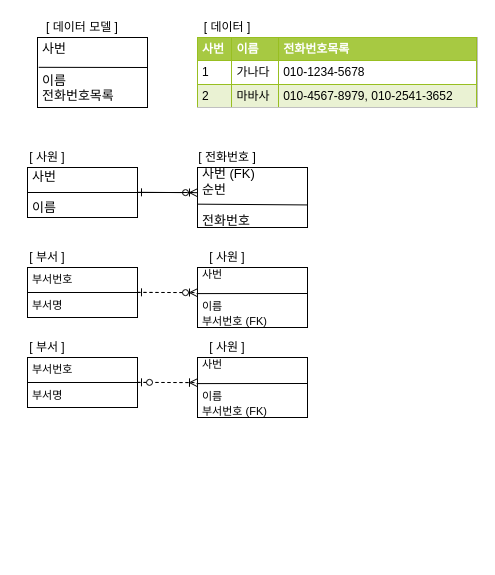
Before: Database/SQLD/Normalization.drawio in Deanioche/TIL, a draw.io diagram. Source tidied: cells renumbered, new cells numbered last; positions are measured from the earlier drawing's top-left corner, leaving out a move shared by most shapes. Both pictures are drawn from the tidied source at 100%, with x=0, y=0 at pixel (17, 17).
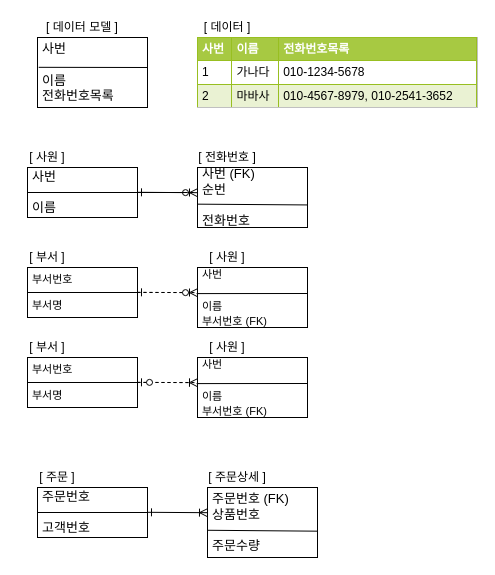
After the change.

Diff of the diagram source:
```diff
@@
+    <mxCell id="31" value="주문번호&lt;br&gt;&lt;br&gt;고객번호" style="rounded=0;whiteSpace=wrap;html=1;align=left;spacingLeft=0;spacing=5;fontSize=13;horizontal=1;" parent="1" vertex="1">
+      <mxGeometry x="20" y="470" width="110" height="50" as="geometry" />
+    </mxCell>
+    <mxCell id="32" style="endArrow=none;html=1;fontSize=13;exitX=0;exitY=0.5;exitDx=0;exitDy=0;entryX=1;entryY=0.5;entryDx=0;entryDy=0;" parent="1" edge="1" source="31" target="31">
+      <mxGeometry relative="1" as="geometry" />
+    </mxCell>
+    <mxCell id="33" value="[ 주문 ]" style="text;html=1;strokeColor=none;fillColor=none;align=center;verticalAlign=middle;whiteSpace=wrap;rounded=0;" parent="1" vertex="1">
+      <mxGeometry x="10" y="450" width="60" height="20" as="geometry" />
+    </mxCell>
+    <mxCell id="34" value="주문번호 (FK)&lt;br&gt;상품번호&lt;br&gt;&lt;br&gt;주문수량" style="rounded=0;whiteSpace=wrap;html=1;align=left;spacingLeft=0;spacing=5;fontSize=13;horizontal=1;" parent="1" vertex="1">
+      <mxGeometry x="190" y="470" width="110" height="70" as="geometry" />
+    </mxCell>
+    <mxCell id="35" style="endArrow=none;html=1;fontSize=13;entryX=1;entryY=0.624;entryDx=0;entryDy=0;entryPerimeter=0;exitX=0.001;exitY=0.611;exitDx=0;exitDy=0;exitPerimeter=0;" parent="1" edge="1" source="34" target="34">
+      <mxGeometry relative="1" as="geometry" />
+    </mxCell>
+    <mxCell id="36" value="[ 주문상세 ]" style="text;html=1;strokeColor=none;fillColor=none;align=center;verticalAlign=middle;whiteSpace=wrap;rounded=0;" parent="1" vertex="1">
+      <mxGeometry x="175" y="450" width="90" height="20" as="geometry" />
+    </mxCell>
+    <mxCell id="37" style="endArrow=ERoneToMany;html=1;fontSize=13;exitX=1;exitY=0.5;exitDx=0;exitDy=0;startArrow=ERone;startFill=0;endFill=0;" parent="1" edge="1">
+      <mxGeometry relative="1" as="geometry">
+        <mxPoint x="130" y="494.8" as="sourcePoint" />
+        <mxPoint x="190" y="495.2" as="targetPoint" />
+      </mxGeometry>
+    </mxCell>
```
